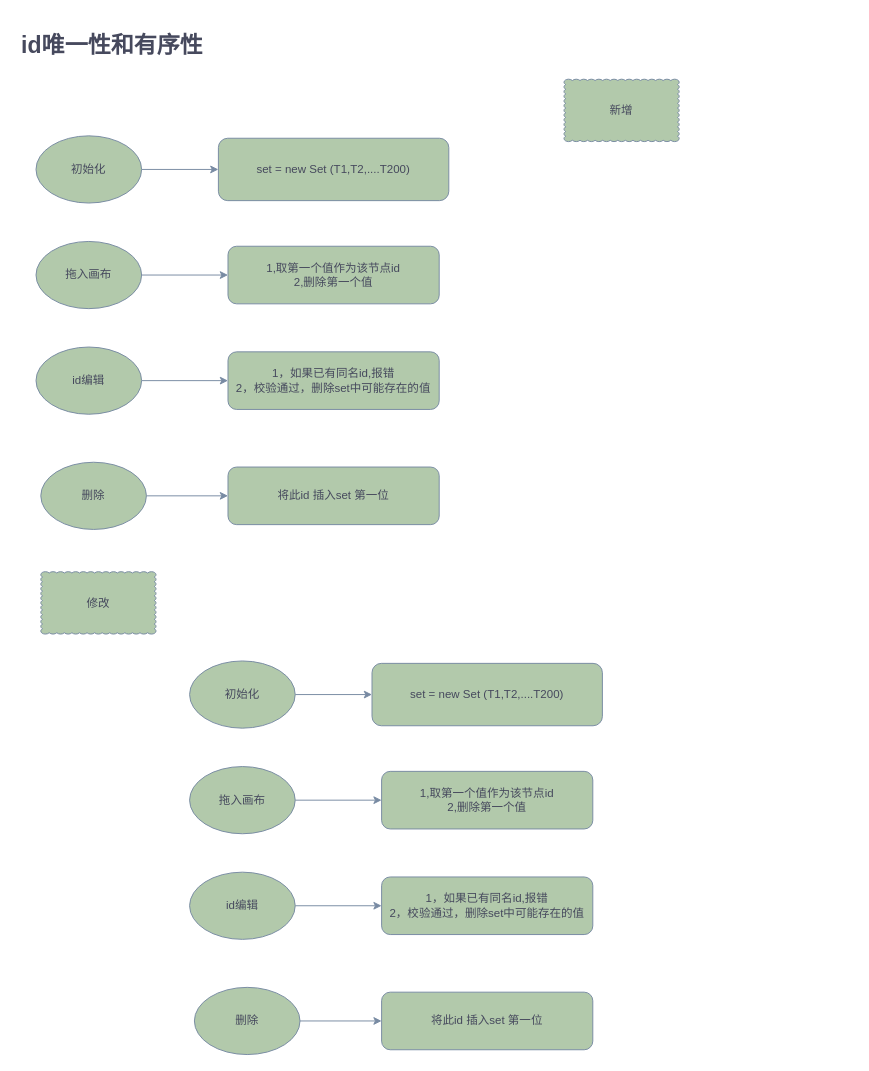
mcWang66/diagrams keeps this draw.io diagram as Untitled Diagram.drawio. Above is the earlier version. Source tidied: cells renumbered, new cells numbered last; positions are measured from the earlier drawing's top-left corner, leaving out a move shared by most shapes. Both pictures are drawn from the tidied source at 96%, with x=0, y=0 at pixel (16, 26).
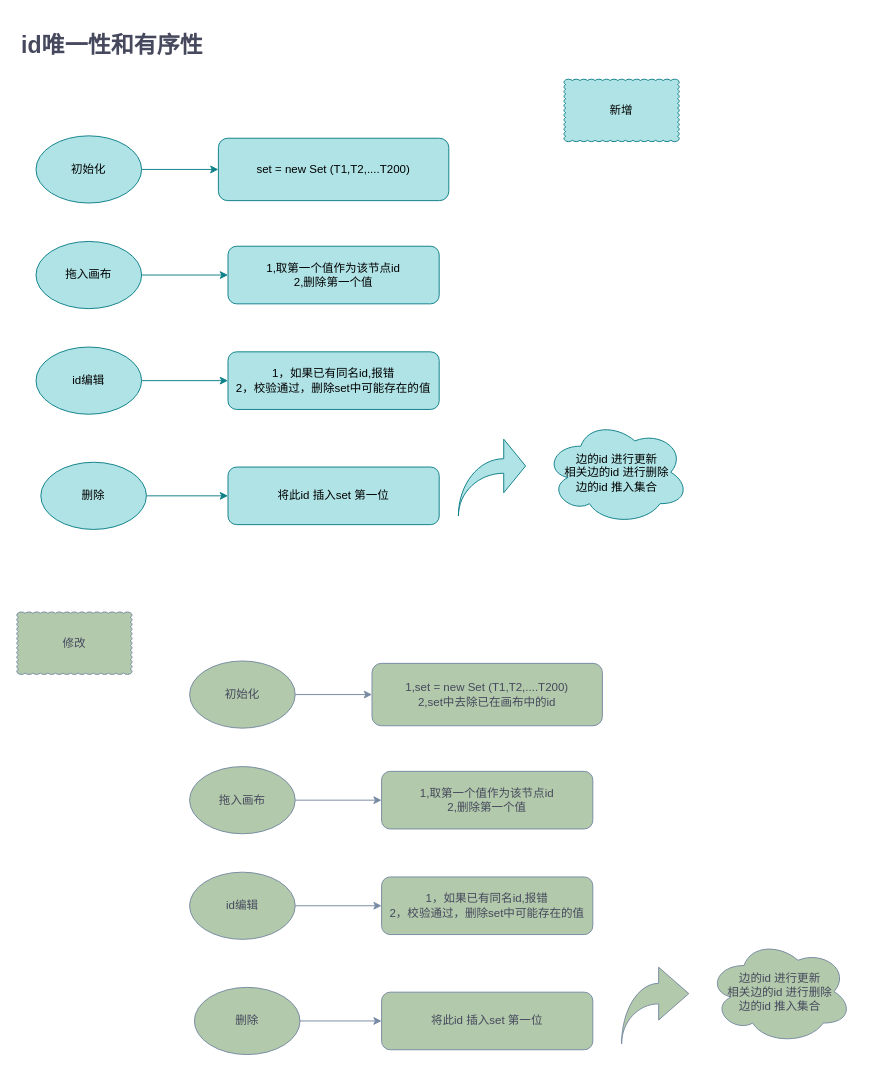
After the change.

Diff of the diagram source:
```diff
@@
-    <mxCell id="3" style="edgeStyle=orthogonalEdgeStyle;rounded=0;jettySize=auto;html=1;strokeColor=#788AA3;fontColor=#46495D;" parent="1" edge="1" source="4" target="5">
+    <mxCell id="3" style="edgeStyle=orthogonalEdgeStyle;rounded=0;jettySize=auto;html=1;strokeColor=#0e8088;fontColor=#46495D;fillColor=#b0e3e6;" parent="1" edge="1" source="4" target="5">
       <mxGeometry relative="1" as="geometry" />
     </mxCell>
-    <mxCell id="4" value="初始化" style="ellipse;whiteSpace=wrap;html=1;fillColor=#B2C9AB;strokeColor=#788AA3;fontColor=#46495D;" parent="1" vertex="1">
+    <mxCell id="4" value="初始化" style="ellipse;whiteSpace=wrap;html=1;fillColor=#b0e3e6;strokeColor=#0e8088;" parent="1" vertex="1">
       <mxGeometry x="20" y="114" width="110" height="70" as="geometry" />
     </mxCell>
-    <mxCell id="5" value="set = new Set (T1,T2,....T200)" style="rounded=1;whiteSpace=wrap;html=1;fillColor=#B2C9AB;strokeColor=#788AA3;fontColor=#46495D;" parent="1" vertex="1">
+    <mxCell id="5" value="set = new Set (T1,T2,....T200)" style="rounded=1;whiteSpace=wrap;html=1;fillColor=#b0e3e6;strokeColor=#0e8088;" parent="1" vertex="1">
       <mxGeometry x="210" y="116.5" width="240" height="65" as="geometry" />
     </mxCell>
-    <mxCell id="6" style="edgeStyle=orthogonalEdgeStyle;rounded=0;jettySize=auto;html=1;strokeColor=#788AA3;fontColor=#46495D;" parent="1" edge="1" source="7" target="8">
+    <mxCell id="6" style="edgeStyle=orthogonalEdgeStyle;rounded=0;jettySize=auto;html=1;strokeColor=#0e8088;fontColor=#46495D;fillColor=#b0e3e6;" parent="1" edge="1" source="7" target="8">
       <mxGeometry relative="1" as="geometry" />
     </mxCell>
-    <mxCell id="7" value="拖入画布" style="ellipse;whiteSpace=wrap;html=1;fillColor=#B2C9AB;strokeColor=#788AA3;fontColor=#46495D;" parent="1" vertex="1">
+    <mxCell id="7" value="拖入画布" style="ellipse;whiteSpace=wrap;html=1;fillColor=#b0e3e6;strokeColor=#0e8088;" parent="1" vertex="1">
       <mxGeometry x="20" y="224" width="110" height="70" as="geometry" />
     </mxCell>
-    <mxCell id="8" value="1,取第一个值作为该节点id&lt;br&gt;2,删除第一个值" style="rounded=1;whiteSpace=wrap;html=1;fillColor=#B2C9AB;strokeColor=#788AA3;fontColor=#46495D;" parent="1" vertex="1">
+    <mxCell id="8" value="1,取第一个值作为该节点id&lt;br&gt;2,删除第一个值" style="rounded=1;whiteSpace=wrap;html=1;fillColor=#b0e3e6;strokeColor=#0e8088;" parent="1" vertex="1">
       <mxGeometry x="220" y="229" width="220" height="60" as="geometry" />
     </mxCell>
-    <mxCell id="9" style="edgeStyle=orthogonalEdgeStyle;rounded=0;jettySize=auto;html=1;strokeColor=#788AA3;fontColor=#46495D;" parent="1" edge="1" source="10" target="11">
+    <mxCell id="9" style="edgeStyle=orthogonalEdgeStyle;rounded=0;jettySize=auto;html=1;strokeColor=#0e8088;fontColor=#46495D;fillColor=#b0e3e6;" parent="1" edge="1" source="10" target="11">
       <mxGeometry relative="1" as="geometry" />
     </mxCell>
-    <mxCell id="10" value="id编辑" style="ellipse;whiteSpace=wrap;html=1;fillColor=#B2C9AB;strokeColor=#788AA3;fontColor=#46495D;" parent="1" vertex="1">
+    <mxCell id="10" value="id编辑" style="ellipse;whiteSpace=wrap;html=1;fillColor=#b0e3e6;strokeColor=#0e8088;" parent="1" vertex="1">
       <mxGeometry x="20" y="334" width="110" height="70" as="geometry" />
     </mxCell>
-    <mxCell id="11" value="1，如果已有同名id,报错&lt;br&gt;2，校验通过，删除set中可能存在的值" style="rounded=1;whiteSpace=wrap;html=1;fillColor=#B2C9AB;strokeColor=#788AA3;fontColor=#46495D;" parent="1" vertex="1">
+    <mxCell id="11" value="1，如果已有同名id,报错&lt;br&gt;2，校验通过，删除set中可能存在的值" style="rounded=1;whiteSpace=wrap;html=1;fillColor=#b0e3e6;strokeColor=#0e8088;" parent="1" vertex="1">
       <mxGeometry x="220" y="339" width="220" height="60" as="geometry" />
     </mxCell>
-    <mxCell id="12" style="edgeStyle=orthogonalEdgeStyle;rounded=0;jettySize=auto;html=1;strokeColor=#788AA3;fontColor=#46495D;" parent="1" edge="1" source="13" target="14">
+    <mxCell id="12" style="edgeStyle=orthogonalEdgeStyle;rounded=0;jettySize=auto;html=1;strokeColor=#0e8088;fontColor=#46495D;fillColor=#b0e3e6;" parent="1" edge="1" source="13" target="14">
       <mxGeometry relative="1" as="geometry" />
     </mxCell>
-    <mxCell id="13" value="删除" style="ellipse;whiteSpace=wrap;html=1;fillColor=#B2C9AB;strokeColor=#788AA3;fontColor=#46495D;" parent="1" vertex="1">
+    <mxCell id="13" value="删除" style="ellipse;whiteSpace=wrap;html=1;fillColor=#b0e3e6;strokeColor=#0e8088;" parent="1" vertex="1">
       <mxGeometry x="25" y="454" width="110" height="70" as="geometry" />
     </mxCell>
-    <mxCell id="14" value="将此id 插入set 第一位" style="rounded=1;whiteSpace=wrap;html=1;fillColor=#B2C9AB;strokeColor=#788AA3;fontColor=#46495D;" parent="1" vertex="1">
+    <mxCell id="14" value="将此id 插入set 第一位" style="rounded=1;whiteSpace=wrap;html=1;fillColor=#b0e3e6;strokeColor=#0e8088;" parent="1" vertex="1">
       <mxGeometry x="220" y="459" width="220" height="60" as="geometry" />
     </mxCell>
-    <mxCell id="15" value="新增" style="whiteSpace=wrap;html=1;shape=mxgraph.basic.cloud_rect;rounded=0;sketch=0;fontColor=#46495D;strokeColor=#788AA3;fillColor=#B2C9AB;" parent="1" vertex="1">
+    <mxCell id="15" value="新增" style="whiteSpace=wrap;html=1;shape=mxgraph.basic.cloud_rect;rounded=0;sketch=0;strokeColor=#0e8088;fillColor=#b0e3e6;" parent="1" vertex="1">
       <mxGeometry x="570" y="55" width="120" height="65" as="geometry" />
     </mxCell>
     <mxCell id="16" value="修改" style="whiteSpace=wrap;html=1;shape=mxgraph.basic.cloud_rect;rounded=0;sketch=0;fontColor=#46495D;strokeColor=#788AA3;fillColor=#B2C9AB;" parent="1" vertex="1">
-      <mxGeometry x="25" y="568" width="120" height="65" as="geometry" />
+      <mxGeometry y="610" width="120" height="65" as="geometry" />
     </mxCell>
@@
-    <mxCell id="19" value="set = new Set (T1,T2,....T200)" style="rounded=1;whiteSpace=wrap;html=1;fillColor=#B2C9AB;strokeColor=#788AA3;fontColor=#46495D;" parent="1" vertex="1">
+    <mxCell id="19" value="1,set = new Set (T1,T2,....T200)&lt;br&gt;2,set中去除已在画布中的id" style="rounded=1;whiteSpace=wrap;html=1;fillColor=#B2C9AB;strokeColor=#788AA3;fontColor=#46495D;" parent="1" vertex="1">
       <mxGeometry x="370" y="663.5" width="240" height="65" as="geometry" />
     </mxCell>
@@
+    <mxCell id="29" style="html=1;shadow=0;dashed=0;align=center;verticalAlign=middle;shape=mxgraph.arrows2.jumpInArrow;dy=7.57;dx=22.79;arrowHead=55.79;rounded=0;sketch=0;strokeColor=#0e8088;fillColor=#b0e3e6;" parent="1" vertex="1">
+      <mxGeometry x="460" y="430" width="70" height="80" as="geometry" />
+    </mxCell>
+    <mxCell id="30" style="html=1;shadow=0;dashed=0;align=center;verticalAlign=middle;shape=mxgraph.arrows2.jumpInArrow;dy=10.7;dx=31.4;arrowHead=55;rounded=0;sketch=0;fontColor=#46495D;strokeColor=#788AA3;fillColor=#B2C9AB;" parent="1" vertex="1">
+      <mxGeometry x="630" y="980" width="70" height="80" as="geometry" />
+    </mxCell>
+    <mxCell id="31" value="边的id 进行更新&lt;br&gt;相关边的id 进行删除&lt;br&gt;边的id 推入集合" style="ellipse;shape=cloud;whiteSpace=wrap;html=1;rounded=0;sketch=0;strokeColor=#0e8088;fillColor=#b0e3e6;" parent="1" vertex="1">
+      <mxGeometry x="550" y="410" width="150" height="109" as="geometry" />
+    </mxCell>
+    <mxCell id="32" value="边的id 进行更新&lt;br&gt;相关边的id 进行删除&lt;br&gt;边的id 推入集合" style="ellipse;shape=cloud;whiteSpace=wrap;html=1;rounded=0;sketch=0;fontColor=#46495D;strokeColor=#788AA3;fillColor=#B2C9AB;" parent="1" vertex="1">
+      <mxGeometry x="720" y="951" width="150" height="109" as="geometry" />
+    </mxCell>
```
